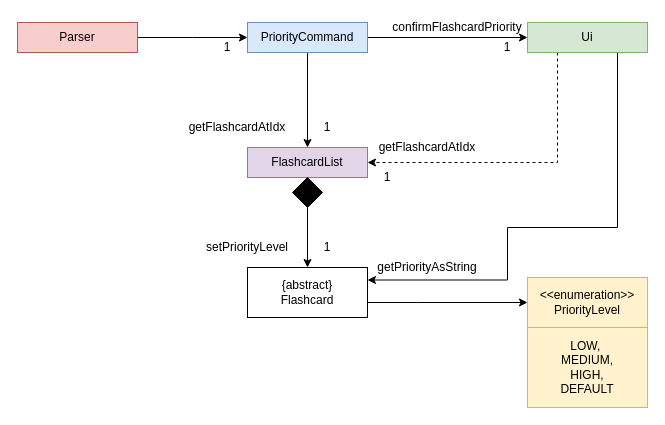
sliu107/tp keeps this draw.io diagram as docs/images/SetPriorityFeatureClassDiagram.drawio. Above is the earlier version. Source tidied: cells renumbered, new cells numbered last; positions are measured from the earlier drawing's top-left corner, leaving out a move shared by most shapes. Both pictures are drawn from the tidied source at 100%, with x=0, y=0 at pixel (17, 17).
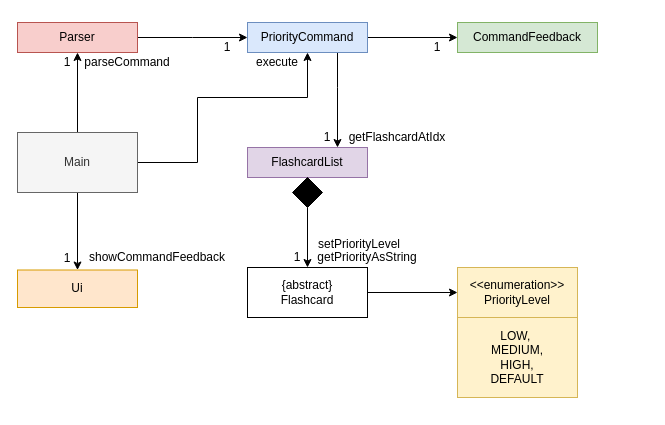
Above is the later version.

Commit message (it also covers changes not shown here):
Update sequence diagrams

The change refers to these unchanged cells:
```xml
<mxCell id="3" value="Parser" style="rounded=0;whiteSpace=wrap;html=1;fillColor=#f8cecc;strokeColor=#b85450;" parent="1" vertex="1">
  <mxGeometry y="5" width="120" height="30" as="geometry" />
</mxCell>
<mxCell id="6" value="PriorityCommand" style="rounded=0;whiteSpace=wrap;html=1;fillColor=#dae8fc;strokeColor=#6c8ebf;" parent="1" vertex="1">
  <mxGeometry x="230" y="5" width="120" height="30" as="geometry" />
</mxCell>
<mxCell id="11" value="FlashcardList" style="rounded=0;whiteSpace=wrap;html=1;fillColor=#e1d5e7;strokeColor=#9673a6;" parent="1" vertex="1">
  <mxGeometry x="230" y="130" width="120" height="30" as="geometry" />
</mxCell>
<mxCell id="13" value="{abstract}&lt;br&gt;Flashcard" style="rounded=0;whiteSpace=wrap;html=1;" parent="1" vertex="1">
  <mxGeometry x="230" y="250" width="120" height="50" as="geometry" />
</mxCell>
```

Change to the diagram source:
```diff
@@
     <mxCell id="5" style="edgeStyle=orthogonalEdgeStyle;rounded=0;jettySize=auto;html=1;" parent="1" edge="1" source="6" target="11">
-      <mxGeometry relative="1" as="geometry" />
+      <mxGeometry relative="1" as="geometry">
+        <Array as="points">
+          <mxPoint x="320" y="70" />
+          <mxPoint x="320" y="70" />
+        </Array>
+      </mxGeometry>
     </mxCell>
@@
-    <mxCell id="7" style="edgeStyle=orthogonalEdgeStyle;rounded=0;jettySize=auto;html=1;entryX=1;entryY=0.5;entryDx=0;entryDy=0;dashed=1;" parent="1" edge="1" source="9" target="11">
-      <mxGeometry relative="1" as="geometry">
-        <Array as="points">
-          <mxPoint x="540" y="145" />
-        </Array>
-      </mxGeometry>
-    </mxCell>
-    <mxCell id="8" style="edgeStyle=orthogonalEdgeStyle;rounded=0;jettySize=auto;html=1;entryX=1;entryY=0.25;entryDx=0;entryDy=0;" parent="1" edge="1" source="9" target="13">
-      <mxGeometry relative="1" as="geometry">
-        <Array as="points">
-          <mxPoint x="600" y="210" />
-          <mxPoint x="490" y="210" />
-          <mxPoint x="490" y="263" />
-        </Array>
-      </mxGeometry>
-    </mxCell>
-    <mxCell id="9" value="Ui" style="rounded=0;whiteSpace=wrap;html=1;fillColor=#d5e8d4;strokeColor=#82b366;" parent="1" vertex="1">
-      <mxGeometry x="510" y="5" width="120" height="30" as="geometry" />
+    <mxCell id="9" value="CommandFeedback" style="rounded=0;whiteSpace=wrap;html=1;fillColor=#d5e8d4;strokeColor=#82b366;" parent="1" vertex="1">
+      <mxGeometry x="440" y="5" width="140" height="30" as="geometry" />
     </mxCell>
@@
-    <mxCell id="12" style="edgeStyle=orthogonalEdgeStyle;rounded=0;jettySize=auto;html=1;entryX=0;entryY=0.5;entryDx=0;entryDy=0;" parent="1" edge="1" source="13" target="15">
-      <mxGeometry relative="1" as="geometry">
-        <Array as="points">
-          <mxPoint x="400" y="285" />
-          <mxPoint x="400" y="285" />
-        </Array>
-      </mxGeometry>
+    <mxCell id="12" style="edgeStyle=orthogonalEdgeStyle;rounded=0;jettySize=auto;html=1;" parent="1" edge="1" source="13" target="15">
+      <mxGeometry relative="1" as="geometry" />
     </mxCell>
@@
     <mxCell id="15" value="&amp;lt;&amp;lt;enumeration&amp;gt;&amp;gt;&lt;br&gt;PriorityLevel" style="rounded=0;whiteSpace=wrap;html=1;fillColor=#fff2cc;strokeColor=#d6b656;" parent="1" vertex="1">
-      <mxGeometry x="510" y="260" width="120" height="50" as="geometry" />
+      <mxGeometry x="440" y="250" width="120" height="50" as="geometry" />
     </mxCell>
     <mxCell id="16" value="LOW,&amp;nbsp;&lt;br&gt;MEDIUM,&lt;br&gt;HIGH,&lt;br&gt;DEFAULT" style="rounded=0;whiteSpace=wrap;html=1;fillColor=#fff2cc;strokeColor=#d6b656;" parent="1" vertex="1">
-      <mxGeometry x="510" y="310" width="120" height="80" as="geometry" />
+      <mxGeometry x="440" y="300" width="120" height="80" as="geometry" />
     </mxCell>
     <mxCell id="17" value="getFlashcardAtIdx" style="text;html=1;strokeColor=none;fillColor=none;align=center;verticalAlign=middle;whiteSpace=wrap;rounded=0;" parent="1" vertex="1">
-      <mxGeometry x="160" y="100" width="120" height="20" as="geometry" />
+      <mxGeometry x="320" y="110" width="120" height="20" as="geometry" />
     </mxCell>
     <mxCell id="18" value="1" style="text;html=1;strokeColor=none;fillColor=none;align=center;verticalAlign=middle;whiteSpace=wrap;rounded=0;" parent="1" vertex="1">
-      <mxGeometry x="290" y="220" width="40" height="20" as="geometry" />
+      <mxGeometry x="260" y="230" width="40" height="20" as="geometry" />
     </mxCell>
     <mxCell id="19" value="setPriorityLevel" style="text;html=1;strokeColor=none;fillColor=none;align=center;verticalAlign=middle;whiteSpace=wrap;rounded=0;" parent="1" vertex="1">
-      <mxGeometry x="170" y="220" width="120" height="20" as="geometry" />
+      <mxGeometry x="282" y="217" width="120" height="20" as="geometry" />
     </mxCell>
     <mxCell id="20" value="1" style="text;html=1;strokeColor=none;fillColor=none;align=center;verticalAlign=middle;whiteSpace=wrap;rounded=0;" parent="1" vertex="1">
-      <mxGeometry x="290" y="100" width="40" height="20" as="geometry" />
+      <mxGeometry x="290" y="110" width="40" height="20" as="geometry" />
     </mxCell>
-    <mxCell id="21" value="confirmFlashcardPriority" style="text;html=1;strokeColor=none;fillColor=none;align=center;verticalAlign=middle;whiteSpace=wrap;rounded=0;" parent="1" vertex="1">
-      <mxGeometry x="370" width="140" height="20" as="geometry" />
-    </mxCell>
-    <mxCell id="22" value="getFlashcardAtIdx" style="text;html=1;strokeColor=none;fillColor=none;align=center;verticalAlign=middle;whiteSpace=wrap;rounded=0;" parent="1" vertex="1">
-      <mxGeometry x="350" y="120" width="120" height="20" as="geometry" />
-    </mxCell>
-    <mxCell id="23" value="1" style="text;html=1;strokeColor=none;fillColor=none;align=center;verticalAlign=middle;whiteSpace=wrap;rounded=0;" parent="1" vertex="1">
-      <mxGeometry x="350" y="150" width="40" height="20" as="geometry" />
-    </mxCell>
     <mxCell id="24" value="1" style="text;html=1;strokeColor=none;fillColor=none;align=center;verticalAlign=middle;whiteSpace=wrap;rounded=0;" parent="1" vertex="1">
-      <mxGeometry x="470" y="20" width="40" height="20" as="geometry" />
+      <mxGeometry x="400" y="20" width="40" height="20" as="geometry" />
     </mxCell>
     <mxCell id="25" value="getPriorityAsString" style="text;html=1;strokeColor=none;fillColor=none;align=center;verticalAlign=middle;whiteSpace=wrap;rounded=0;" parent="1" vertex="1">
-      <mxGeometry x="350" y="240" width="120" height="20" as="geometry" />
+      <mxGeometry x="290" y="230" width="120" height="20" as="geometry" />
     </mxCell>
@@
+    <mxCell id="27" style="edgeStyle=orthogonalEdgeStyle;rounded=0;jettySize=auto;html=1;entryX=0.5;entryY=1;entryDx=0;entryDy=0;" parent="1" edge="1" source="30" target="3">
+      <mxGeometry relative="1" as="geometry" />
+    </mxCell>
+    <mxCell id="28" style="edgeStyle=orthogonalEdgeStyle;rounded=0;jettySize=auto;html=1;" parent="1" edge="1" source="30" target="6">
+      <mxGeometry relative="1" as="geometry">
+        <Array as="points">
+          <mxPoint x="180" y="145" />
+          <mxPoint x="180" y="80" />
+          <mxPoint x="290" y="80" />
+        </Array>
+      </mxGeometry>
+    </mxCell>
+    <mxCell id="29" style="edgeStyle=orthogonalEdgeStyle;rounded=0;jettySize=auto;html=1;entryX=0.5;entryY=0;entryDx=0;entryDy=0;" parent="1" edge="1" source="30" target="34">
+      <mxGeometry relative="1" as="geometry" />
+    </mxCell>
+    <mxCell id="30" value="Main" style="rounded=0;whiteSpace=wrap;html=1;fillColor=#f5f5f5;strokeColor=#666666;fontColor=#333333;" parent="1" vertex="1">
+      <mxGeometry y="115" width="120" height="60" as="geometry" />
+    </mxCell>
+    <mxCell id="31" value="parseCommand" style="text;html=1;strokeColor=none;fillColor=none;align=center;verticalAlign=middle;whiteSpace=wrap;rounded=0;" parent="1" vertex="1">
+      <mxGeometry x="50" y="35" width="120" height="20" as="geometry" />
+    </mxCell>
+    <mxCell id="32" value="1" style="text;html=1;strokeColor=none;fillColor=none;align=center;verticalAlign=middle;whiteSpace=wrap;rounded=0;" parent="1" vertex="1">
+      <mxGeometry x="30" y="35" width="40" height="20" as="geometry" />
+    </mxCell>
+    <mxCell id="33" value="execute" style="text;html=1;strokeColor=none;fillColor=none;align=center;verticalAlign=middle;whiteSpace=wrap;rounded=0;" parent="1" vertex="1">
+      <mxGeometry x="200" y="35" width="120" height="20" as="geometry" />
+    </mxCell>
+    <mxCell id="34" value="Ui" style="rounded=0;whiteSpace=wrap;html=1;fillColor=#ffe6cc;strokeColor=#d79b00;" parent="1" vertex="1">
+      <mxGeometry y="252.5" width="120" height="37.5" as="geometry" />
+    </mxCell>
+    <mxCell id="35" value="showCommandFeedback" style="text;html=1;strokeColor=none;fillColor=none;align=center;verticalAlign=middle;whiteSpace=wrap;rounded=0;" parent="1" vertex="1">
+      <mxGeometry x="80" y="230" width="120" height="20" as="geometry" />
+    </mxCell>
+    <mxCell id="36" value="1" style="text;html=1;strokeColor=none;fillColor=none;align=center;verticalAlign=middle;whiteSpace=wrap;rounded=0;" parent="1" vertex="1">
+      <mxGeometry x="30" y="230.5" width="40" height="20" as="geometry" />
+    </mxCell>
```
